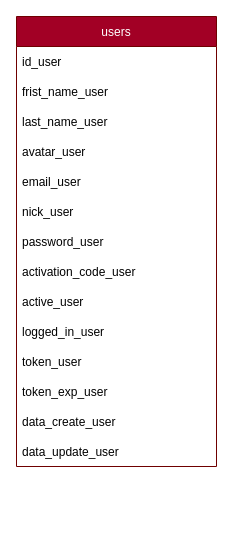
Above: page "users" (1 of 4) of data/tablas.drawio in David-Coach-Dev/Api-Deliveries (draw.io), before the change. Source tidied: cells renumbered, new cells numbered last; positions are measured from the earlier drawing's top-left corner, leaving out a move shared by most shapes. Both pictures are drawn from the tidied source at 100%, with x=0, y=0 at pixel (16, 16).
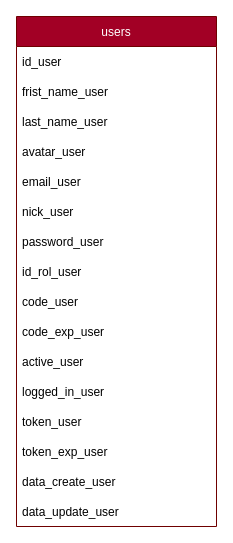
The same page after the edit.

Change to the diagram source:
```diff
@@
 <mxGraphModel>
   <root>
     <mxCell id="0" />
     <mxCell id="1" parent="0" />
     <mxCell id="2" value="users" style="swimlane;fontStyle=0;horizontal=1;startSize=30;fillColor=#a20025;fontColor=#ffffff;strokeColor=#6F0000;" parent="1" vertex="1">
-      <mxGeometry width="200" height="450" as="geometry" />
+      <mxGeometry width="200" height="510" as="geometry" />
     </mxCell>
     <mxCell id="3" value="id_user" style="text;strokeColor=none;fillColor=none;align=left;verticalAlign=middle;spacingLeft=4;spacingRight=4;overflow=hidden;" parent="2" vertex="1">
       <mxGeometry y="30" width="200" height="30" as="geometry" />
     </mxCell>
     <mxCell id="4" value="frist_name_user" style="text;strokeColor=none;fillColor=none;align=left;verticalAlign=middle;spacingLeft=4;spacingRight=4;overflow=hidden;" parent="2" vertex="1">
       <mxGeometry y="60" width="200" height="30" as="geometry" />
     </mxCell>
     <mxCell id="5" value="last_name_user" style="text;strokeColor=none;fillColor=none;align=left;verticalAlign=middle;spacingLeft=4;spacingRight=4;overflow=hidden;" parent="2" vertex="1">
       <mxGeometry y="90" width="200" height="30" as="geometry" />
     </mxCell>
     <mxCell id="6" value="avatar_user" style="text;strokeColor=none;fillColor=none;align=left;verticalAlign=middle;spacingLeft=4;spacingRight=4;overflow=hidden;" parent="2" vertex="1">
       <mxGeometry y="120" width="200" height="30" as="geometry" />
     </mxCell>
     <mxCell id="7" value="email_user" style="text;strokeColor=none;fillColor=none;align=left;verticalAlign=middle;spacingLeft=4;spacingRight=4;overflow=hidden;" parent="2" vertex="1">
       <mxGeometry y="150" width="200" height="30" as="geometry" />
     </mxCell>
     <mxCell id="8" value="nick_user" style="text;strokeColor=none;fillColor=none;align=left;verticalAlign=middle;spacingLeft=4;spacingRight=4;overflow=hidden;" parent="2" vertex="1">
       <mxGeometry y="180" width="200" height="30" as="geometry" />
     </mxCell>
     <mxCell id="9" value="password_user" style="text;strokeColor=none;fillColor=none;align=left;verticalAlign=middle;spacingLeft=4;spacingRight=4;overflow=hidden;" parent="2" vertex="1">
       <mxGeometry y="210" width="200" height="30" as="geometry" />
     </mxCell>
+    <mxCell id="17" value="id_rol_user" style="text;strokeColor=none;fillColor=none;align=left;verticalAlign=middle;spacingLeft=4;spacingRight=4;overflow=hidden;" parent="2" vertex="1">
+      <mxGeometry y="240" width="200" height="30" as="geometry" />
+    </mxCell>
+    <mxCell id="18" value="code_user" style="text;strokeColor=none;fillColor=none;align=left;verticalAlign=middle;spacingLeft=4;spacingRight=4;overflow=hidden;" parent="2" vertex="1">
+      <mxGeometry y="270" width="200" height="30" as="geometry" />
+    </mxCell>
-    <mxCell id="10" value="activation_code_user" style="text;strokeColor=none;fillColor=none;align=left;verticalAlign=middle;spacingLeft=4;spacingRight=4;overflow=hidden;" parent="2" vertex="1">
-      <mxGeometry y="240" width="200" height="30" as="geometry" />
+    <mxCell id="10" value="code_exp_user" style="text;strokeColor=none;fillColor=none;align=left;verticalAlign=middle;spacingLeft=4;spacingRight=4;overflow=hidden;" parent="2" vertex="1">
+      <mxGeometry y="300" width="200" height="30" as="geometry" />
     </mxCell>
     <mxCell id="11" value="active_user" style="text;strokeColor=none;fillColor=none;align=left;verticalAlign=middle;spacingLeft=4;spacingRight=4;overflow=hidden;" parent="2" vertex="1">
-      <mxGeometry y="270" width="200" height="30" as="geometry" />
+      <mxGeometry y="330" width="200" height="30" as="geometry" />
     </mxCell>
     <mxCell id="12" value="logged_in_user" style="text;strokeColor=none;fillColor=none;align=left;verticalAlign=middle;spacingLeft=4;spacingRight=4;overflow=hidden;" parent="2" vertex="1">
-      <mxGeometry y="300" width="200" height="30" as="geometry" />
+      <mxGeometry y="360" width="200" height="30" as="geometry" />
     </mxCell>
     <mxCell id="13" value="token_user" style="text;strokeColor=none;fillColor=none;align=left;verticalAlign=middle;spacingLeft=4;spacingRight=4;overflow=hidden;" parent="2" vertex="1">
-      <mxGeometry y="330" width="200" height="30" as="geometry" />
+      <mxGeometry y="390" width="200" height="30" as="geometry" />
     </mxCell>
     <mxCell id="14" value="token_exp_user" style="text;strokeColor=none;fillColor=none;align=left;verticalAlign=middle;spacingLeft=4;spacingRight=4;overflow=hidden;" parent="2" vertex="1">
-      <mxGeometry y="360" width="200" height="30" as="geometry" />
+      <mxGeometry y="420" width="200" height="30" as="geometry" />
     </mxCell>
     <mxCell id="15" value="data_create_user" style="text;strokeColor=none;fillColor=none;align=left;verticalAlign=middle;spacingLeft=4;spacingRight=4;overflow=hidden;" parent="2" vertex="1">
-      <mxGeometry y="390" width="200" height="30" as="geometry" />
+      <mxGeometry y="450" width="200" height="30" as="geometry" />
     </mxCell>
     <mxCell id="16" value="data_update_user" style="text;strokeColor=none;fillColor=none;align=left;verticalAlign=middle;spacingLeft=4;spacingRight=4;overflow=hidden;" parent="2" vertex="1">
-      <mxGeometry y="420" width="200" height="30" as="geometry" />
+      <mxGeometry y="480" width="200" height="30" as="geometry" />
     </mxCell>
   </root>
 </mxGraphModel>
```
